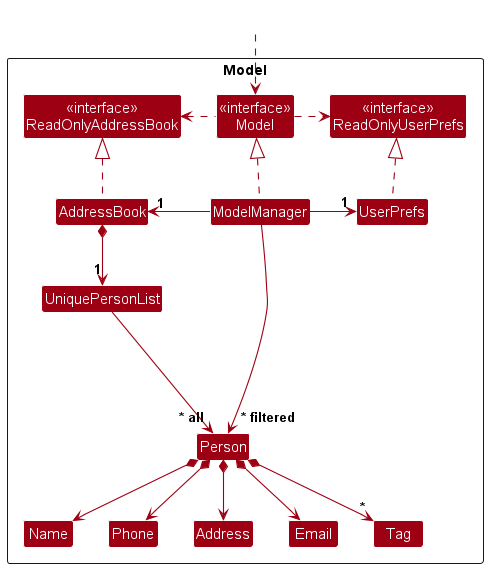
nus-cs2103-AY2425S1/tp keeps this PlantUML diagram as docs/images/ModelClassDiagram.png. Above is the earlier version.
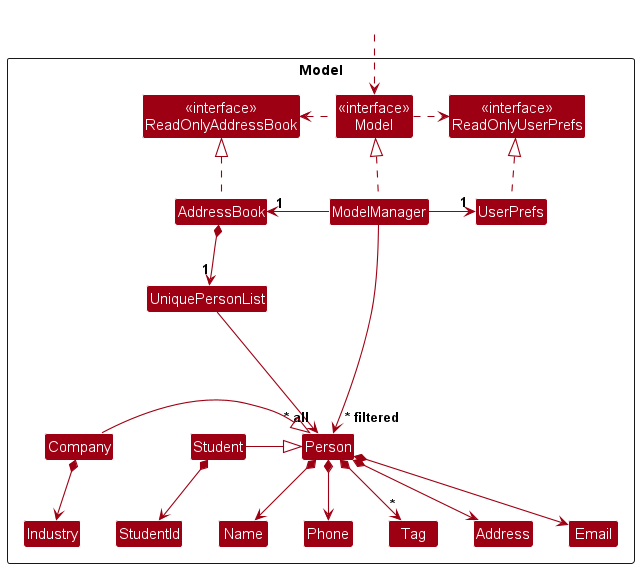
After the change.

Commit message:
Update UML Diagrams in DG

What changed in the source:
```diff
@@ -14,11 +14,15 @@
 
 Class UniquePersonList
 Class Person
+Class Student
+Class Company
 Class Address
 Class Email
 Class Name
 Class Phone
 Class Tag
+Class StudentId
+Class Industry
 
 Class I #FFFFFF
 }
@@ -37,6 +41,10 @@
 
 AddressBook *--> "1" UniquePersonList
 UniquePersonList --> "~* all" Person
+Student -|> Person
+Student *--> StudentId
+Company -|> Person
+Company *--> Industry
 Person *--> Name
 Person *--> Phone
 Person *--> Email
```
